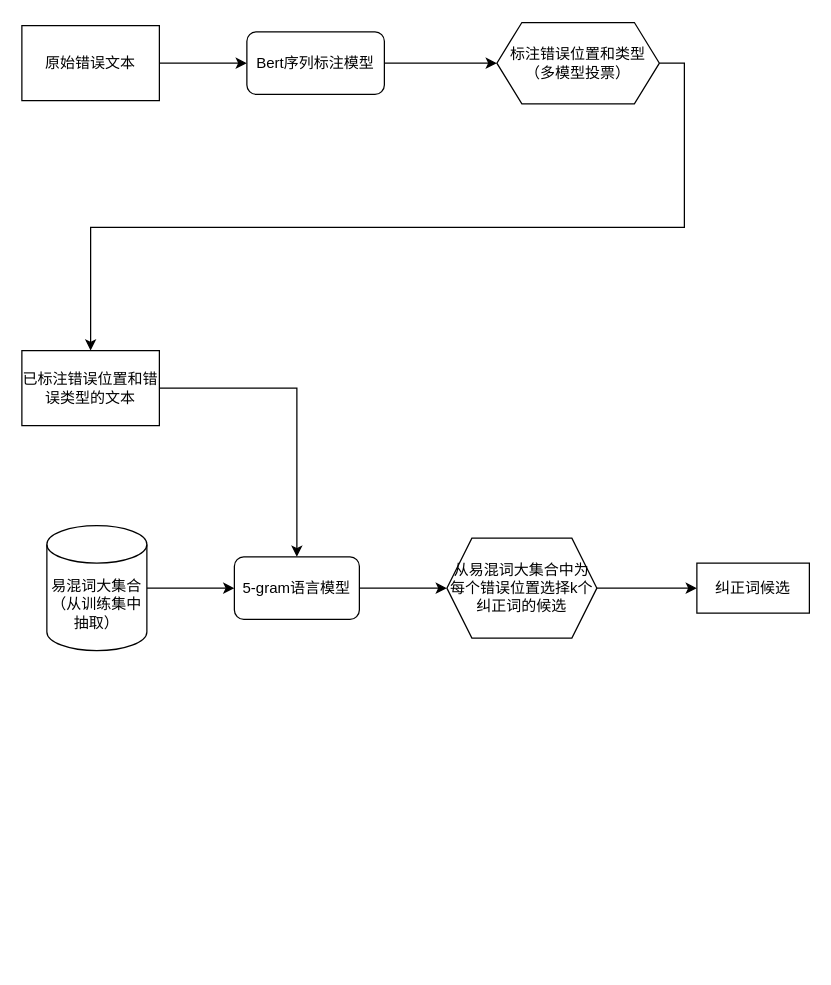
This is draw/corrector.drawio from GongCQ/draw_io, a draw.io file, before an edit. Source tidied: cells renumbered, new cells numbered last; positions are measured from the earlier drawing's top-left corner, leaving out a move shared by most shapes. Both pictures are drawn from the tidied source at 125%, with x=0, y=0 at pixel (21, 22).
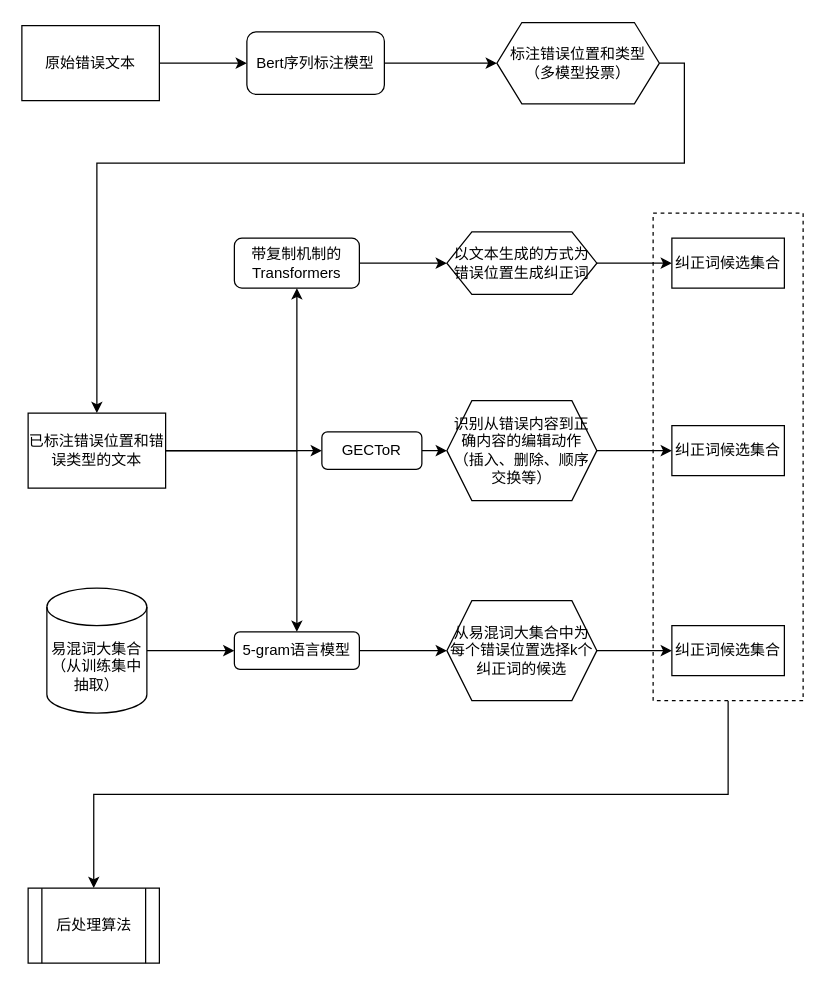
After the change.

Unchanged cells that the change refers to:
```xml
<mxCell id="16" value="标注错误位置和类型&lt;br&gt;（多模型投票）" style="shape=hexagon;perimeter=hexagonPerimeter2;whiteSpace=wrap;html=1;fixedSize=1;" parent="1" vertex="1">
  <mxGeometry x="380" y="-0.5" width="130" height="65" as="geometry" />
</mxCell>
```

What changed in the source:
```diff
@@
+    <mxCell id="17" style="edgeStyle=orthogonalEdgeStyle;rounded=0;jettySize=auto;html=1;exitX=0.5;exitY=1;exitDx=0;exitDy=0;entryX=0.5;entryY=0;entryDx=0;entryDy=0;" parent="1" edge="1" source="18" target="31">
+      <mxGeometry relative="1" as="geometry" />
+    </mxCell>
+    <mxCell id="18" style="rounded=0;whiteSpace=wrap;html=1;dashed=1;" parent="1" vertex="1">
+      <mxGeometry x="505" y="152" width="120" height="390" as="geometry" />
+    </mxCell>
@@
     <mxCell id="4" value="5-gram语言模型" style="rounded=1;whiteSpace=wrap;html=1;" parent="1" vertex="1">
-      <mxGeometry x="170" y="427" width="100" height="50" as="geometry" />
+      <mxGeometry x="170" y="487" width="100" height="30" as="geometry" />
     </mxCell>
@@
     <mxCell id="6" value="易混词大集合&lt;br&gt;（从训练集中抽取）" style="shape=cylinder3;whiteSpace=wrap;html=1;boundedLbl=1;backgroundOutline=1;size=15;" parent="1" vertex="1">
-      <mxGeometry x="20" y="402" width="80" height="100" as="geometry" />
+      <mxGeometry x="20" y="452" width="80" height="100" as="geometry" />
     </mxCell>
@@
     <mxCell id="8" value="从易混词大集合中为每个错误位置选择k个纠正词的候选" style="shape=hexagon;perimeter=hexagonPerimeter2;whiteSpace=wrap;html=1;fixedSize=1;" parent="1" vertex="1">
-      <mxGeometry x="340" y="412" width="120" height="80" as="geometry" />
+      <mxGeometry x="340" y="462" width="120" height="80" as="geometry" />
     </mxCell>
-    <mxCell id="9" value="纠正词候选" style="whiteSpace=wrap;html=1;" parent="1" vertex="1">
-      <mxGeometry x="540" y="432" width="90" height="40" as="geometry" />
+    <mxCell id="9" value="纠正词候选集合" style="whiteSpace=wrap;html=1;" parent="1" vertex="1">
+      <mxGeometry x="520" y="482" width="90" height="40" as="geometry" />
     </mxCell>
+    <mxCell id="19" style="edgeStyle=orthogonalEdgeStyle;rounded=0;jettySize=auto;html=1;exitX=1;exitY=0.5;exitDx=0;exitDy=0;entryX=0.5;entryY=1;entryDx=0;entryDy=0;" parent="1" edge="1" source="10" target="22">
+      <mxGeometry relative="1" as="geometry" />
+    </mxCell>
+    <mxCell id="20" style="edgeStyle=orthogonalEdgeStyle;rounded=0;jettySize=auto;html=1;exitX=1;exitY=0.5;exitDx=0;exitDy=0;" parent="1" edge="1" source="10" target="26">
+      <mxGeometry relative="1" as="geometry" />
+    </mxCell>
     <mxCell id="10" value="&lt;span style=&quot;&quot;&gt;已标注错误位置和错误类型的文本&lt;/span&gt;" style="rounded=0;whiteSpace=wrap;html=1;" parent="1" vertex="1">
-      <mxGeometry y="262" width="110" height="60" as="geometry" />
+      <mxGeometry x="5" y="312" width="110" height="60" as="geometry" />
     </mxCell>
@@
     <mxCell id="15" style="edgeStyle=orthogonalEdgeStyle;rounded=0;jettySize=auto;html=1;exitX=1;exitY=0.5;exitDx=0;exitDy=0;entryX=0.5;entryY=0;entryDx=0;entryDy=0;" parent="1" edge="1" source="16" target="10">
-      <mxGeometry relative="1" as="geometry" />
+      <mxGeometry relative="1" as="geometry">
+        <Array as="points">
+          <mxPoint x="530" y="32" />
+          <mxPoint x="530" y="112" />
+          <mxPoint x="60" y="112" />
+        </Array>
+      </mxGeometry>
     </mxCell>
@@
+    <mxCell id="21" style="edgeStyle=orthogonalEdgeStyle;rounded=0;jettySize=auto;html=1;exitX=1;exitY=0.5;exitDx=0;exitDy=0;entryX=0;entryY=0.5;entryDx=0;entryDy=0;" parent="1" edge="1" source="22" target="24">
+      <mxGeometry relative="1" as="geometry" />
+    </mxCell>
+    <mxCell id="22" value="带复制机制的Transformers" style="rounded=1;whiteSpace=wrap;html=1;" parent="1" vertex="1">
+      <mxGeometry x="170" y="172" width="100" height="40" as="geometry" />
+    </mxCell>
+    <mxCell id="23" style="edgeStyle=orthogonalEdgeStyle;rounded=0;jettySize=auto;html=1;exitX=1;exitY=0.5;exitDx=0;exitDy=0;entryX=0;entryY=0.5;entryDx=0;entryDy=0;" parent="1" edge="1" source="24" target="30">
+      <mxGeometry relative="1" as="geometry" />
+    </mxCell>
+    <mxCell id="24" value="以文本生成的方式为错误位置生成纠正词" style="shape=hexagon;perimeter=hexagonPerimeter2;whiteSpace=wrap;html=1;fixedSize=1;" parent="1" vertex="1">
+      <mxGeometry x="340" y="167" width="120" height="50" as="geometry" />
+    </mxCell>
+    <mxCell id="25" style="edgeStyle=orthogonalEdgeStyle;rounded=0;jettySize=auto;html=1;exitX=1;exitY=0.5;exitDx=0;exitDy=0;entryX=0;entryY=0.5;entryDx=0;entryDy=0;" parent="1" edge="1" source="26" target="28">
+      <mxGeometry relative="1" as="geometry" />
+    </mxCell>
+    <mxCell id="26" value="GECToR" style="rounded=1;whiteSpace=wrap;html=1;" parent="1" vertex="1">
+      <mxGeometry x="240" y="327" width="80" height="30" as="geometry" />
+    </mxCell>
+    <mxCell id="27" style="edgeStyle=orthogonalEdgeStyle;rounded=0;jettySize=auto;html=1;" parent="1" edge="1" source="28" target="29">
+      <mxGeometry relative="1" as="geometry" />
+    </mxCell>
+    <mxCell id="28" value="识别从错误内容到正确内容的编辑动作（插入、删除、顺序交换等）" style="shape=hexagon;perimeter=hexagonPerimeter2;whiteSpace=wrap;html=1;fixedSize=1;" parent="1" vertex="1">
+      <mxGeometry x="340" y="302" width="120" height="80" as="geometry" />
+    </mxCell>
+    <mxCell id="29" value="&lt;span style=&quot;&quot;&gt;纠正词候选集合&lt;/span&gt;" style="whiteSpace=wrap;html=1;" parent="1" vertex="1">
+      <mxGeometry x="520" y="322" width="90" height="40" as="geometry" />
+    </mxCell>
+    <mxCell id="30" value="&lt;span style=&quot;&quot;&gt;纠正词候选集合&lt;/span&gt;" style="whiteSpace=wrap;html=1;" parent="1" vertex="1">
+      <mxGeometry x="520" y="172" width="90" height="40" as="geometry" />
+    </mxCell>
+    <mxCell id="31" value="后处理算法" style="shape=process;whiteSpace=wrap;html=1;backgroundOutline=1;" parent="1" vertex="1">
+      <mxGeometry x="5" y="692" width="105" height="60" as="geometry" />
+    </mxCell>
```
